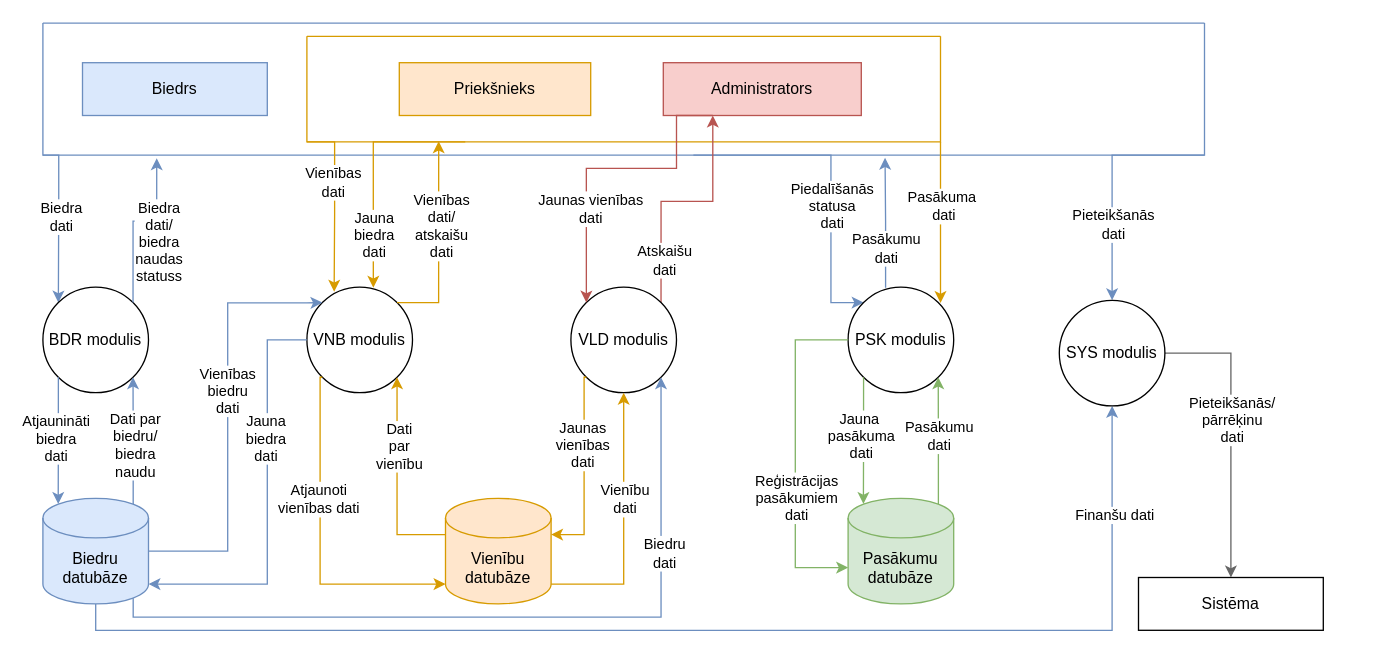
JekabsVanags/LSGCO_IS keeps this draw.io diagram as page "1.limena DPD" (2 of 10) of Documentation/DiagramData/LSGCO_IS_DIAGRAMS.drawio. Above is the earlier version. Source tidied: cells renumbered, new cells numbered last; positions are measured from the earlier drawing's top-left corner, leaving out a move shared by most shapes. Both pictures are drawn from the tidied source at 132%, with x=0, y=0 at pixel (42, 22).
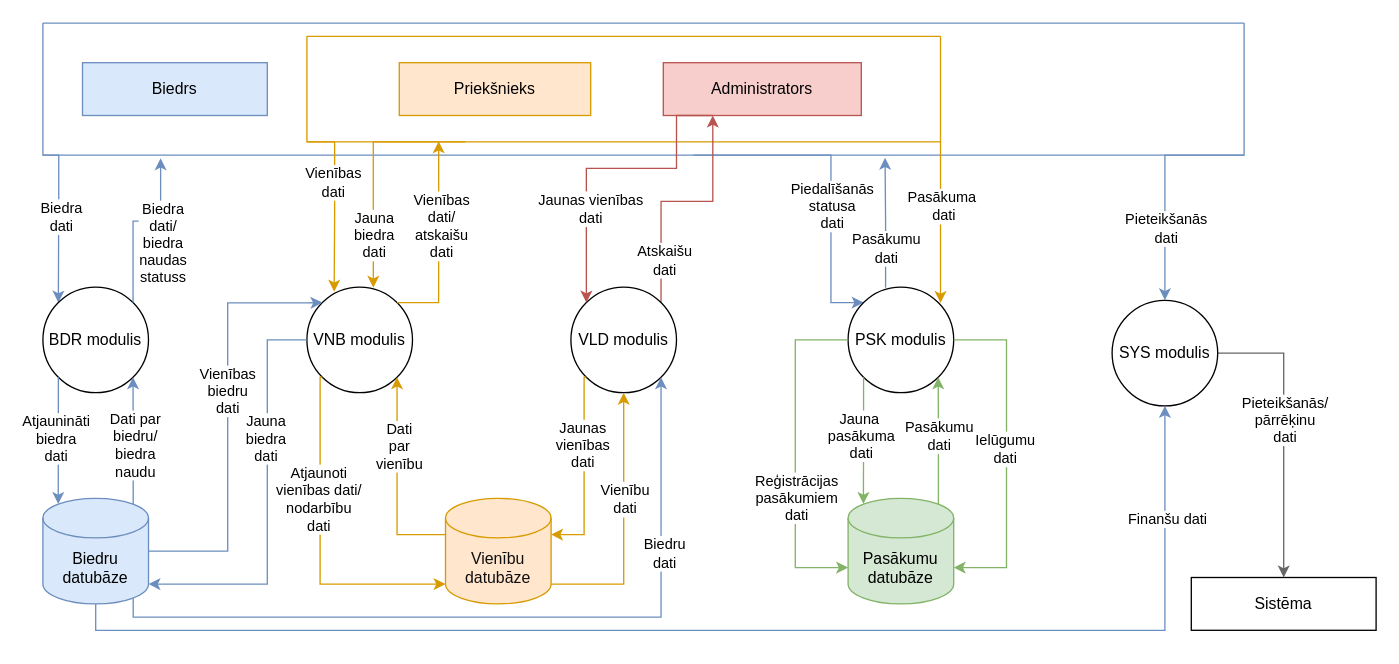
After the change.

Unchanged cells that the change refers to:
```xml
<mxCell id="18" value="PSK modulis" style="ellipse;whiteSpace=wrap;html=1;" parent="1" vertex="1">
  <mxGeometry x="610" y="200" width="80" height="80" as="geometry" />
</mxCell>
<mxCell id="35" value="Pasākumu&lt;br&gt;datubāze" style="shape=cylinder3;whiteSpace=wrap;html=1;boundedLbl=1;backgroundOutline=1;size=15;fillColor=#d5e8d4;strokeColor=#82b366;" parent="1" vertex="1">
  <mxGeometry x="610" y="360" width="80" height="80" as="geometry" />
</mxCell>
<mxCell id="42" style="edgeStyle=orthogonalEdgeStyle;rounded=0;jettySize=auto;html=1;exitX=0;exitY=1;exitDx=0;exitDy=0;entryX=0;entryY=1;entryDx=0;entryDy=-15;entryPerimeter=0;fillColor=#ffe6cc;strokeColor=#d79b00;" parent="1" edge="1" source="14" target="32">
  <mxGeometry relative="1" as="geometry">
    <Array as="points">
      <mxPoint x="210" y="268" />
      <mxPoint x="210" y="425" />
    </Array>
  </mxGeometry>
</mxCell>
```

The edit, as a diff of the source:
```diff
@@
     <mxCell id="6" style="edgeStyle=orthogonalEdgeStyle;rounded=0;jettySize=auto;html=1;exitX=1;exitY=1;exitDx=0;exitDy=0;entryX=0.5;entryY=0;entryDx=0;entryDy=0;fillColor=#dae8fc;strokeColor=#6c8ebf;" parent="1" edge="1" source="8" target="64">
       <mxGeometry relative="1" as="geometry">
         <Array as="points">
-          <mxPoint x="810" y="100" />
+          <mxPoint x="850" y="100" />
         </Array>
       </mxGeometry>
     </mxCell>
@@
     <mxCell id="8" style="swimlane;startSize=0;fillColor=#dae8fc;strokeColor=#6c8ebf;" parent="1" vertex="1">
-      <mxGeometry width="880" height="100" as="geometry" />
+      <mxGeometry width="910" height="100" as="geometry" />
     </mxCell>
@@
-    <mxCell id="32" value="Vienību&lt;br&gt;datubāze" style="shape=cylinder3;whiteSpace=wrap;html=1;boundedLbl=1;backgroundOutline=1;size=15;fillColor=#ffe6cc;strokeColor=#d79b00;" parent="1" vertex="1">
+    <mxCell id="32" value="&lt;font color=&quot;#0f0f0f&quot;&gt;Vienību&lt;br&gt;datubāze&lt;/font&gt;" style="shape=cylinder3;whiteSpace=wrap;html=1;boundedLbl=1;backgroundOutline=1;size=15;fillColor=#ffe6cc;strokeColor=#d79b00;" parent="1" vertex="1">
       <mxGeometry x="305" y="360" width="80" height="80" as="geometry" />
     </mxCell>
@@
-    <mxCell id="43" value="Atjaunoti &lt;br&gt;vienības dati" style="edgeLabel;html=1;align=center;verticalAlign=middle;" parent="42" vertex="1">
+    <mxCell id="43" value="Atjaunoti &lt;br&gt;vienības dati/&lt;br&gt;nodarbību &lt;br&gt;dati" style="edgeLabel;html=1;align=center;verticalAlign=middle;" parent="42" vertex="1">
       <mxGeometry x="-0.26" y="-2" relative="1" as="geometry" />
     </mxCell>
@@
     <mxCell id="64" value="SYS modulis" style="ellipse;whiteSpace=wrap;html=1;" parent="1" vertex="1">
-      <mxGeometry x="770" y="210" width="80" height="80" as="geometry" />
+      <mxGeometry x="810" y="210" width="80" height="80" as="geometry" />
     </mxCell>
     <mxCell id="65" value="Sistēma" style="rounded=0;whiteSpace=wrap;html=1;" parent="1" vertex="1">
-      <mxGeometry x="830" y="420" width="140" height="40" as="geometry" />
+      <mxGeometry x="870" y="420" width="140" height="40" as="geometry" />
     </mxCell>
+    <mxCell id="66" style="edgeStyle=orthogonalEdgeStyle;rounded=0;jettySize=auto;html=1;exitX=1;exitY=0.5;exitDx=0;exitDy=0;entryX=1;entryY=0;entryDx=0;entryDy=52.5;entryPerimeter=0;fillColor=#d5e8d4;strokeColor=#82b366;" parent="1" edge="1" source="18" target="35">
+      <mxGeometry relative="1" as="geometry">
+        <Array as="points">
+          <mxPoint x="730" y="240" />
+          <mxPoint x="730" y="413" />
+        </Array>
+      </mxGeometry>
+    </mxCell>
+    <mxCell id="67" value="Ielūgumu&lt;br&gt;dati" style="edgeLabel;html=1;align=center;verticalAlign=middle;" parent="66" vertex="1">
+      <mxGeometry x="-0.03" y="-2" relative="1" as="geometry" />
+    </mxCell>
```
